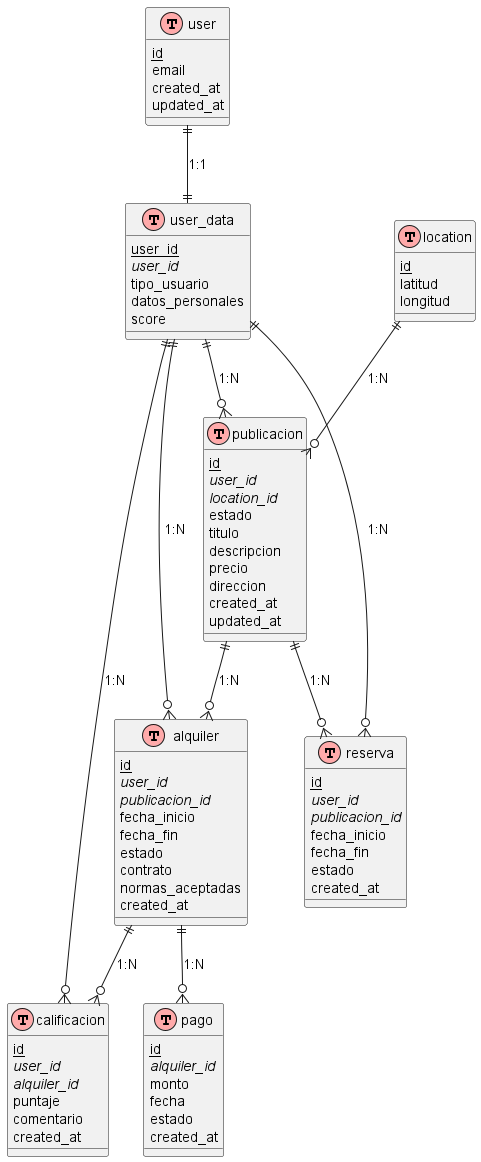
Earlier version of the PlantUML export src/diagrams/entidad_relacion.png (FacuDemarchi/residencias).
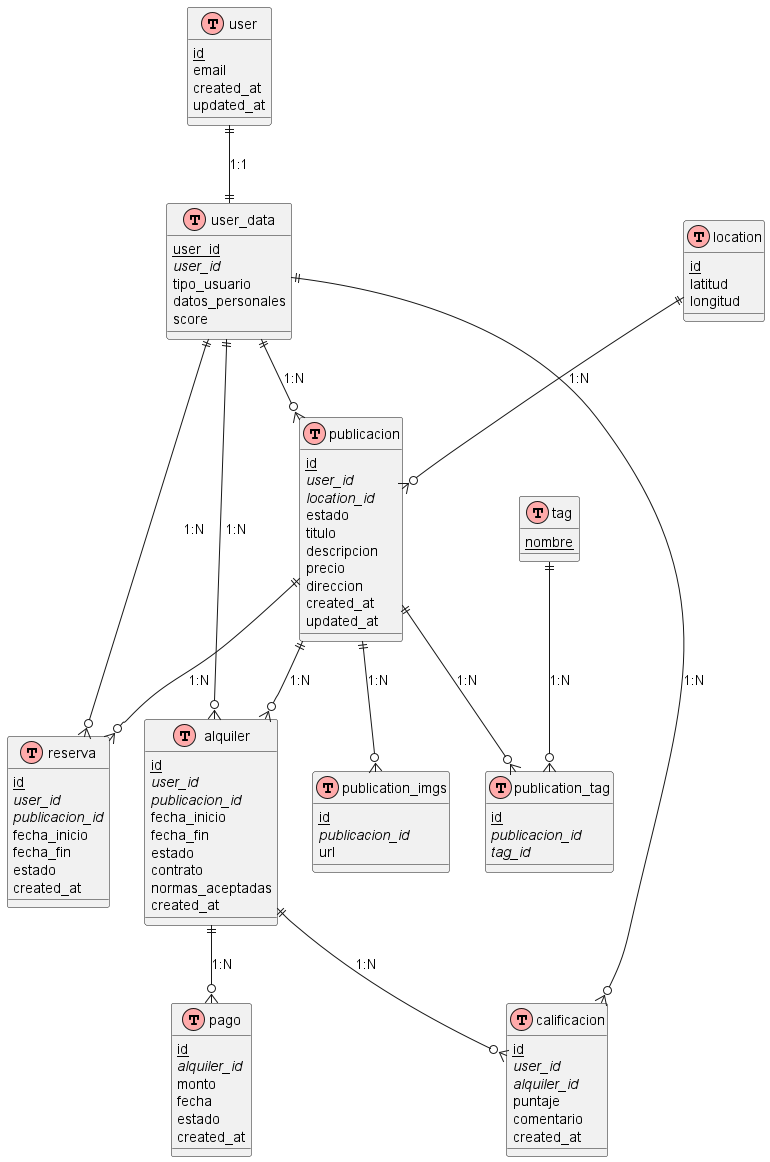
After the change.

Commit message:
Actualiza la imagen del diagrama entidad-relación para reflejar cambios recientes en la estructura de la base de datos.

Diff of the diagram source:
```diff
@@ -78,6 +78,22 @@
   created_at
 }
 
+table(tag) {
+  primary_key(nombre)
+}
+
+table(publication_tag) {
+  primary_key(id)
+  foreign_key(publicacion_id)
+  foreign_key(tag_id)
+}
+
+table(publication_imgs) {
+  primary_key(id)
+  foreign_key(publicacion_id)
+  url
+}
+
 user ||--|| user_data : "1:1"
 user_data ||--o{ publicacion : "1:N"
 user_data ||--o{ reserva : "1:N"
@@ -88,5 +104,8 @@
 alquiler ||--o{ pago : "1:N"
 alquiler ||--o{ calificacion : "1:N"
 location ||--o{ publicacion : "1:N"
+publicacion ||--o{ publication_tag : "1:N"
+tag ||--o{ publication_tag : "1:N"
+publicacion ||--o{ publication_imgs : "1:N"
 
 @enduml
```
